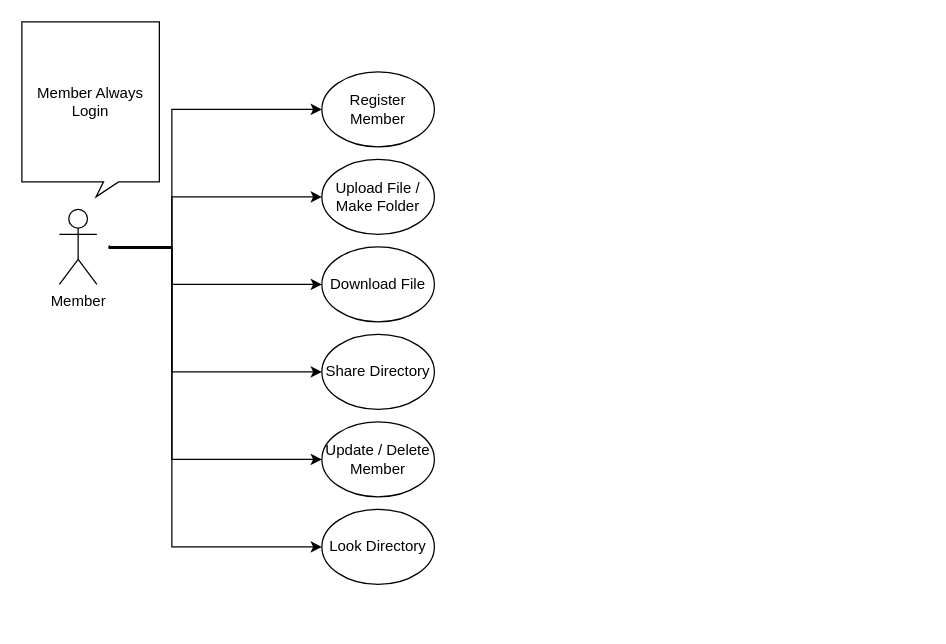
The draw.io diagram GoogleDrive_PilotProject/GoogleDriveUseCase.drawio in SHIN-HANBEEN/MetanetPilot, before the edit. Source tidied: cells renumbered, new cells numbered last; positions are measured from the earlier drawing's top-left corner, leaving out a move shared by most shapes. Both pictures are drawn from the tidied source at 125%, with x=0, y=0 at pixel (21, 21).
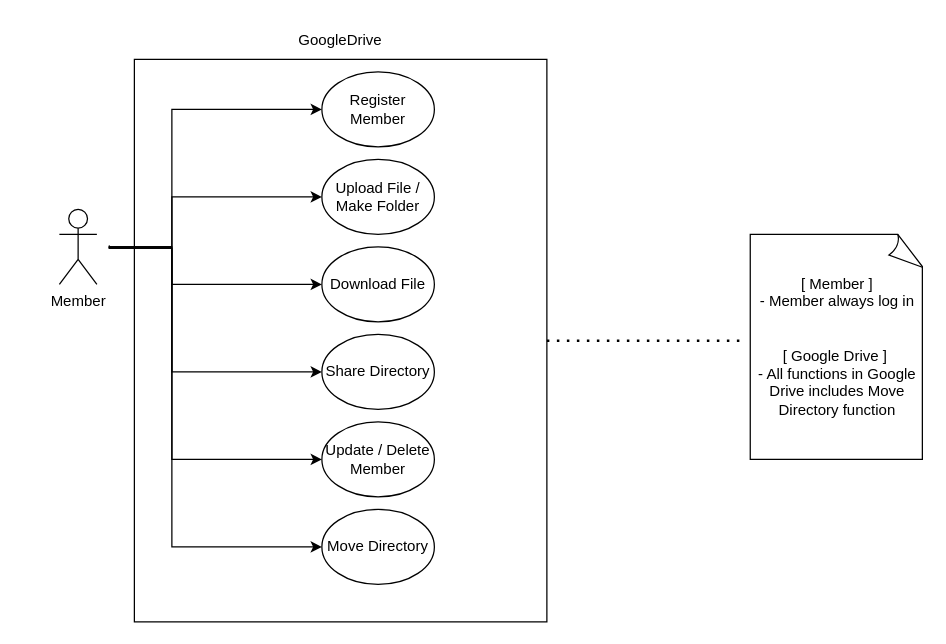
The same diagram, later.

Change to the diagram source:
```diff
@@
+    <mxCell id="16" style="rounded=0;whiteSpace=wrap;html=1;" parent="1" vertex="1">
+      <mxGeometry x="90" y="30" width="330" height="450" as="geometry" />
+    </mxCell>
@@
-    <mxCell id="8" value="Member Always Login" style="whiteSpace=wrap;html=1;shape=mxgraph.basic.rectCallout;dx=71.33;dy=12;boundedLbl=1;" parent="1" vertex="1">
-      <mxGeometry width="110" height="140" as="geometry" />
-    </mxCell>
-    <mxCell id="9" value="Look Directory" style="ellipse;whiteSpace=wrap;html=1;" parent="1" vertex="1">
+    <mxCell id="9" value="Move Directory" style="ellipse;whiteSpace=wrap;html=1;" parent="1" vertex="1">
       <mxGeometry x="240" y="390" width="90" height="60" as="geometry" />
     </mxCell>
@@
+    <mxCell id="17" value="[ Member ]&lt;br&gt;- Member always log in&lt;br&gt;&lt;br&gt;&lt;br&gt;[ Google Drive ]&amp;nbsp;&lt;br&gt;- All functions in Google Drive includes Move Directory function" style="whiteSpace=wrap;html=1;shape=mxgraph.basic.document;" parent="1" vertex="1">
+      <mxGeometry x="582.7" y="170" width="139.1" height="180" as="geometry" />
+    </mxCell>
+    <mxCell id="18" style="endArrow=none;dashed=1;html=1;dashPattern=1 3;strokeWidth=2;rounded=0;edgeStyle=orthogonalEdgeStyle;exitX=1;exitY=0.5;exitDx=0;exitDy=0;" parent="1" edge="1" source="16">
+      <mxGeometry relative="1" as="geometry">
+        <mxPoint x="580" y="255" as="targetPoint" />
+        <Array as="points">
+          <mxPoint x="490" y="255" />
+        </Array>
+      </mxGeometry>
+    </mxCell>
+    <mxCell id="19" value="GoogleDrive" style="text;html=1;strokeColor=none;fillColor=none;align=center;verticalAlign=middle;whiteSpace=wrap;rounded=0;" parent="1" vertex="1">
+      <mxGeometry x="225" width="60" height="30" as="geometry" />
+    </mxCell>
```
